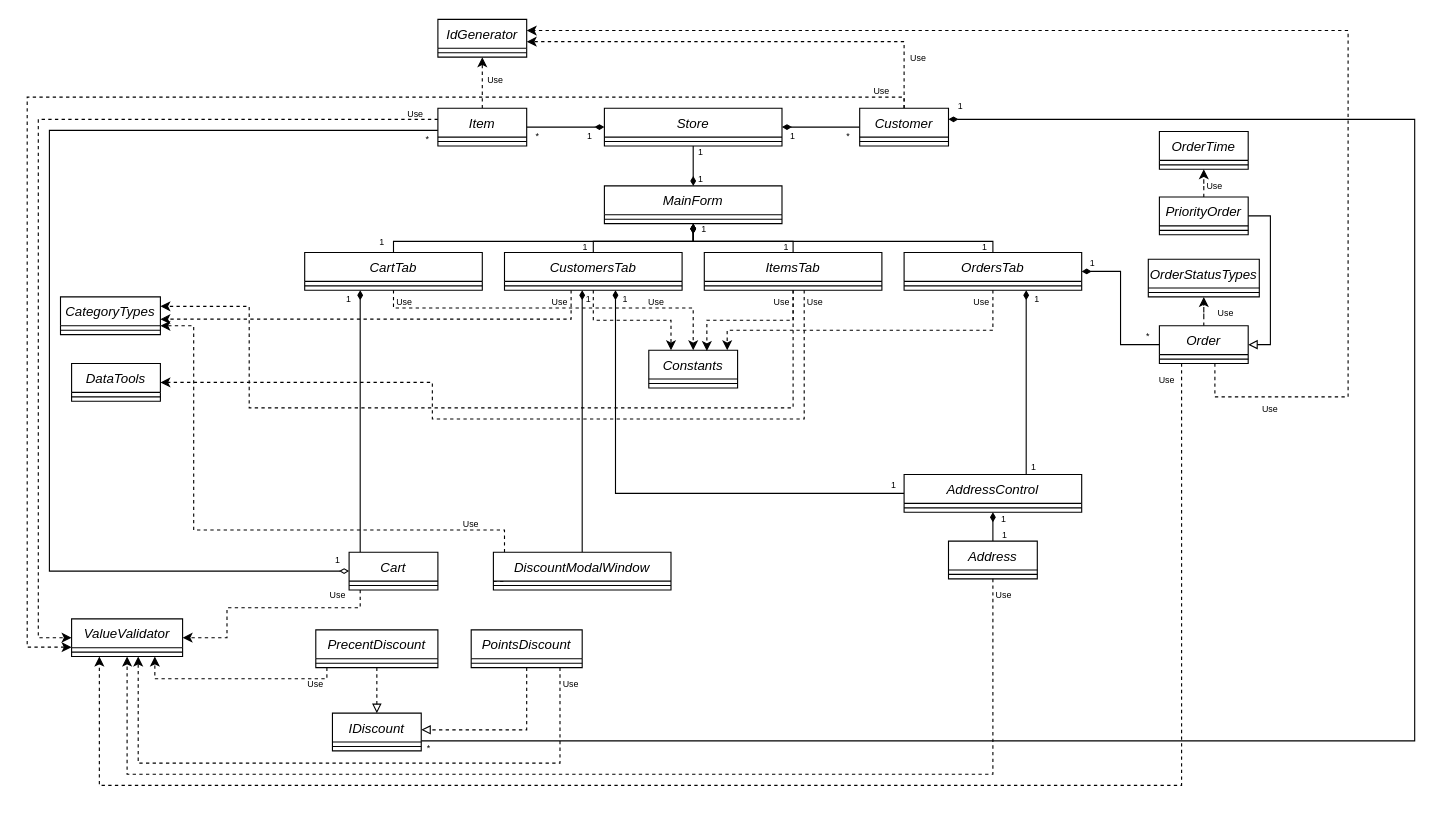
The draw.io diagram oop-winform/Diagram2.drawio in antoniocra04/oop-winform, before the edit. Source tidied: cells renumbered, new cells numbered last; positions are measured from the earlier drawing's top-left corner, leaving out a move shared by most shapes. Both pictures are drawn from the tidied source at 111%, with x=0, y=0 at pixel (27, 19).
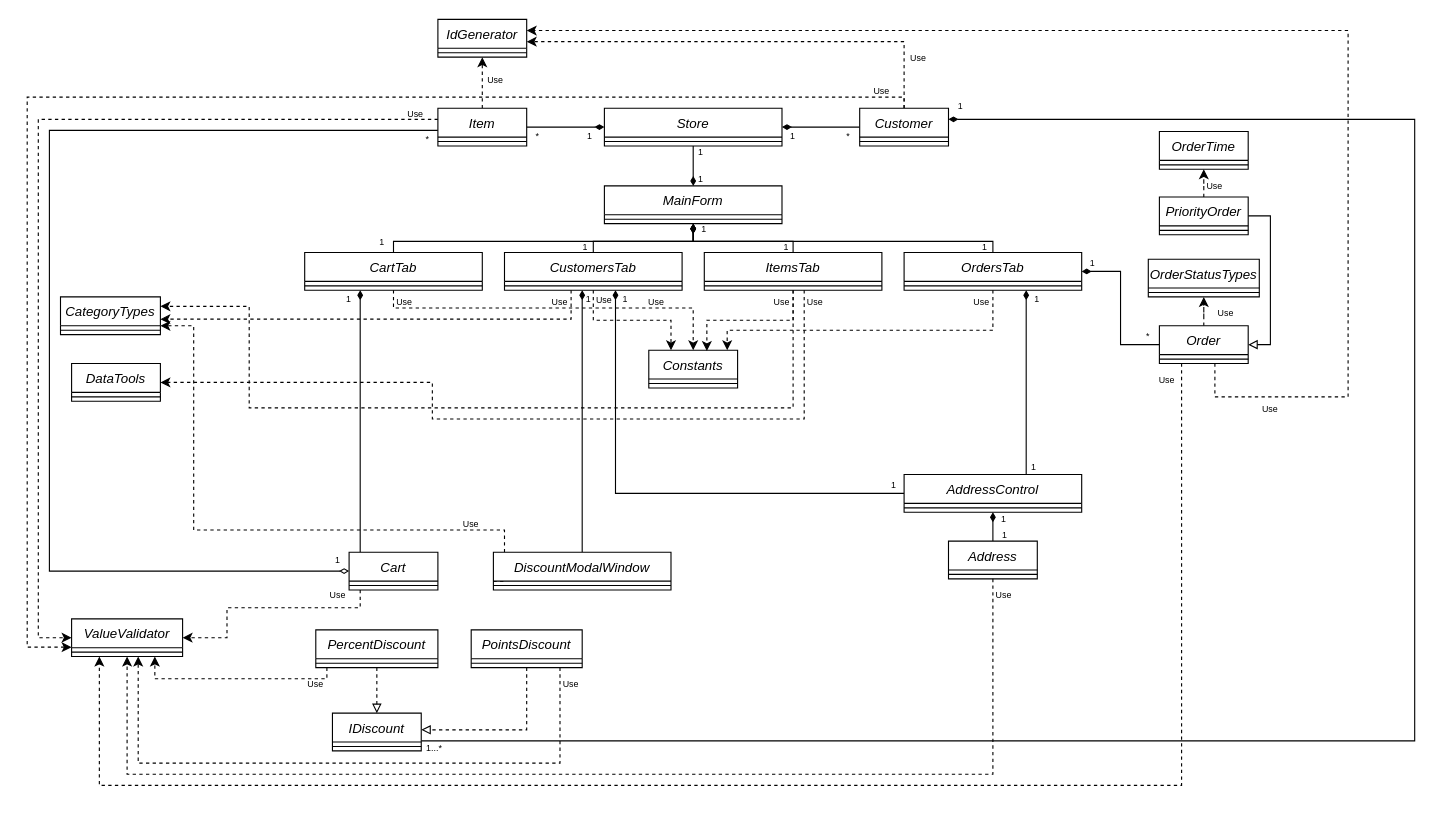
After the change.

Commit message (it also covers changes not shown here):
fix(diagram): исправление замечаний

What changed in the source:
```diff
@@
-    <mxCell id="73" value="PrecentDiscount" style="swimlane;fontStyle=2;align=center;verticalAlign=top;horizontal=1;startSize=26;rounded=0;shadow=0;strokeWidth=1;" parent="1" vertex="1">
+    <mxCell id="73" value="PercentDiscount" style="swimlane;fontStyle=2;align=center;verticalAlign=top;horizontal=1;startSize=26;rounded=0;shadow=0;strokeWidth=1;" parent="1" vertex="1">
       <mxGeometry x="260" y="550" width="110" height="34" as="geometry" />
     </mxCell>
@@
-    <mxCell id="122" value="*" style="text;html=1;align=center;verticalAlign=middle;whiteSpace=wrap;rounded=0;fontSize=8;" parent="1" vertex="1">
-      <mxGeometry x="332" y="642" width="60" height="30" as="geometry" />
+    <mxCell id="122" value="1...*" style="text;html=1;align=center;verticalAlign=middle;whiteSpace=wrap;rounded=0;fontSize=8;" parent="1" vertex="1">
+      <mxGeometry x="337" y="642" width="60" height="30" as="geometry" />
     </mxCell>
@@
+    <mxCell id="132" value="Use" style="text;html=1;align=center;verticalAlign=middle;whiteSpace=wrap;rounded=0;fontSize=8;" parent="1" vertex="1">
+      <mxGeometry x="490" y="238" width="60" height="30" as="geometry" />
+    </mxCell>
```
